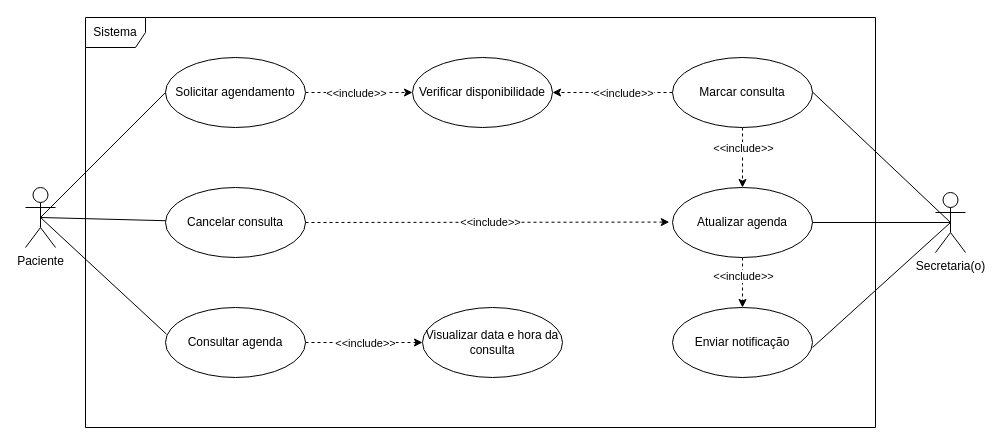
Above: UCD/UCD_Paciente.drawio in cauanpss/av3_AOO (draw.io), before the change. Source tidied: cells renumbered, new cells numbered last; positions are measured from the earlier drawing's top-left corner, leaving out a move shared by most shapes. Both pictures are drawn from the tidied source at 100%, with x=0, y=0 at pixel (25, 17).
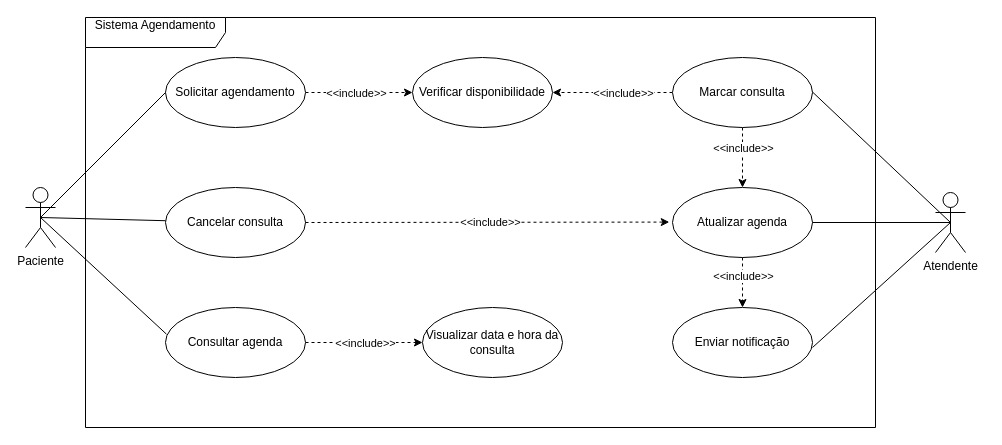
After the change.

Diff of the diagram source:
```diff
@@
-    <mxCell id="22" value="Secretaria(o)" style="shape=umlActor;verticalLabelPosition=bottom;verticalAlign=top;html=1;labelPerimeter=1;" parent="1" vertex="1">
+    <mxCell id="22" value="Atendente" style="shape=umlActor;verticalLabelPosition=bottom;verticalAlign=top;html=1;labelPerimeter=1;" parent="1" vertex="1">
       <mxGeometry x="910" y="175" width="30" height="60" as="geometry" />
     </mxCell>
@@
-    <mxCell id="31" value="Sistema" style="shape=umlFrame;whiteSpace=wrap;html=1;" parent="1" vertex="1">
+    <mxCell id="31" value="Sistema Agendamento&lt;div&gt;&lt;br&gt;&lt;/div&gt;" style="shape=umlFrame;whiteSpace=wrap;html=1;width=140;height=30;" parent="1" vertex="1">
       <mxGeometry x="60" width="790" height="410" as="geometry" />
     </mxCell>
```
